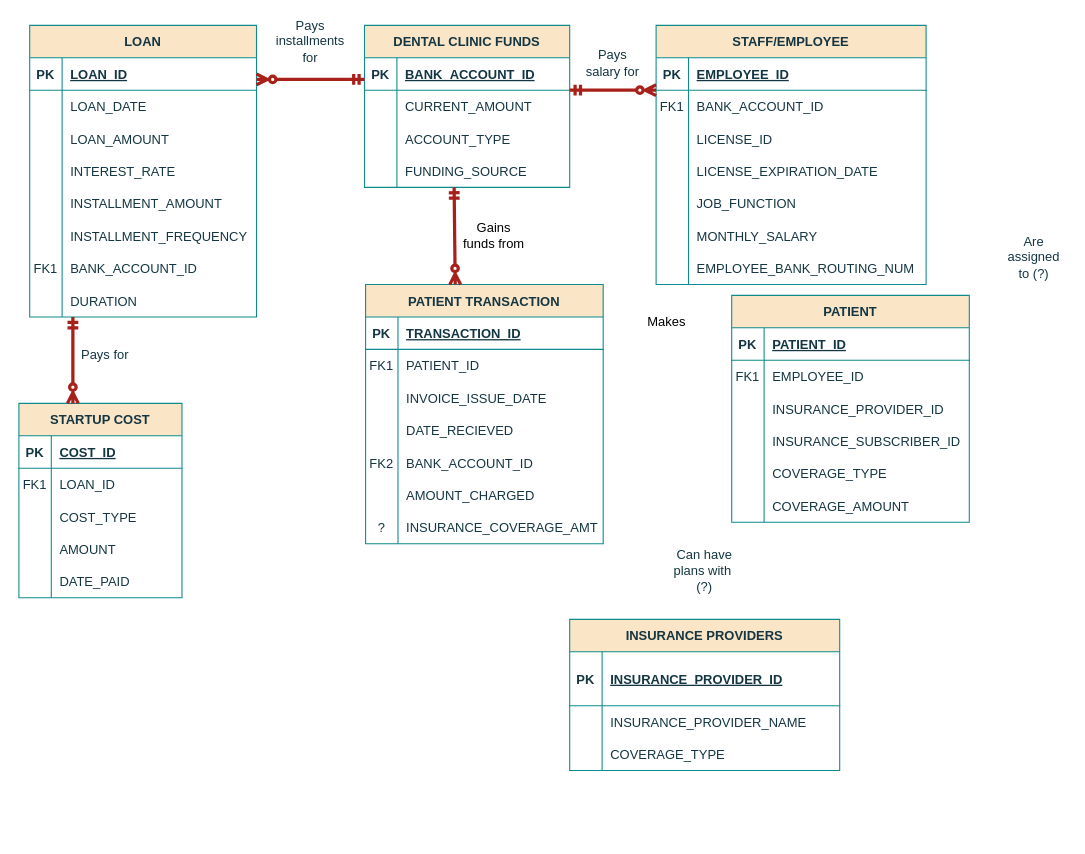
The draw.io diagram hw.drawio in donjuli990/HW1, before the edit. Source tidied: cells renumbered, new cells numbered last; positions are measured from the earlier drawing's top-left corner, leaving out a move shared by most shapes. Both pictures are drawn from the tidied source at 108%, with x=0, y=0 at pixel (18, 25).
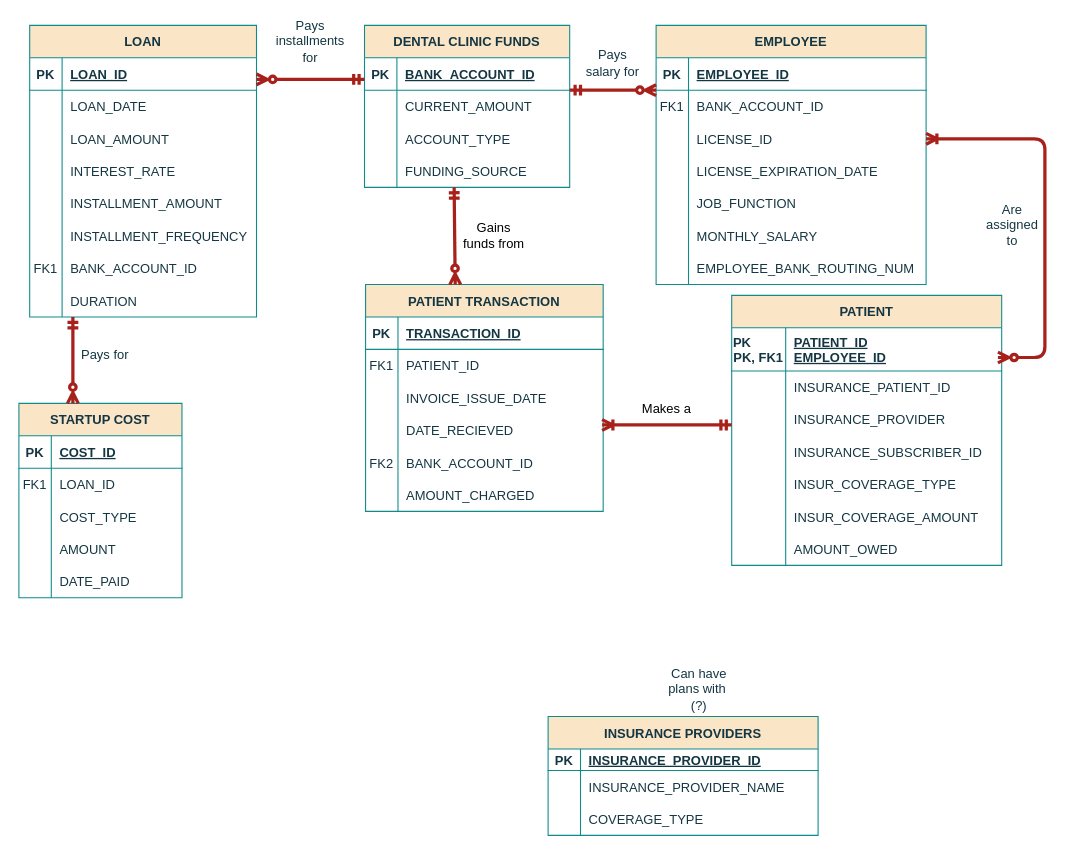
The same diagram, later.

Unchanged cells that the change refers to:
```xml
<mxCell id="9" style="shape=partialRectangle;fillColor=none;points=[[0,0.5],[1,0.5]];portConstraint=eastwest;top=0;left=0;right=0;bottom=0;labelBackgroundColor=none;strokeColor=#0F8B8D;fontColor=#143642;" parent="2" vertex="1">
  <mxGeometry y="90" width="250" height="30" as="geometry" />
</mxCell>
```

What changed in the source:
```diff
@@
-    <mxCell id="2" value="STAFF/EMPLOYEE" style="shape=table;startSize=30;childLayout=tableLayout;rowLines=0;fontStyle=1;align=center;labelBackgroundColor=none;fillColor=#FAE5C7;strokeColor=#0F8B8D;fontColor=#143642;" parent="1" vertex="1">
+    <mxCell id="2" value="EMPLOYEE" style="shape=table;startSize=30;childLayout=tableLayout;rowLines=0;fontStyle=1;align=center;labelBackgroundColor=none;fillColor=#FAE5C7;strokeColor=#0F8B8D;fontColor=#143642;" parent="1" vertex="1">
       <mxGeometry x="590" width="250" height="240" as="geometry" />
     </mxCell>
@@
     <mxCell id="24" value="PATIENT" style="shape=table;startSize=30;childLayout=tableLayout;rowLines=0;fontStyle=1;align=center;labelBackgroundColor=none;fillColor=#FAE5C7;strokeColor=#0F8B8D;fontColor=#143642;" parent="1" vertex="1">
-      <mxGeometry x="660" y="250" width="220" height="210" as="geometry" />
+      <mxGeometry x="660" y="250" width="250" height="250" as="geometry" />
     </mxCell>
     <mxCell id="25" style="shape=partialRectangle;fillColor=none;points=[[0,0.5],[1,0.5]];portConstraint=eastwest;top=0;left=0;right=0;bottom=1;labelBackgroundColor=none;strokeColor=#0F8B8D;fontColor=#143642;" parent="24" vertex="1">
-      <mxGeometry y="30" width="220" height="30" as="geometry" />
+      <mxGeometry y="30" width="250" height="40" as="geometry" />
     </mxCell>
-    <mxCell id="26" value="PK" style="shape=partialRectangle;overflow=hidden;fillColor=none;top=0;left=0;bottom=0;right=0;fontStyle=1;labelBackgroundColor=none;strokeColor=#0F8B8D;fontColor=#143642;" parent="25" vertex="1">
-      <mxGeometry width="30" height="30" as="geometry" />
+    <mxCell id="26" value="PK         &#10;PK, FK1" style="shape=partialRectangle;overflow=hidden;fillColor=none;top=0;left=0;bottom=0;right=0;fontStyle=1;labelBackgroundColor=none;strokeColor=#0F8B8D;fontColor=#143642;" parent="25" vertex="1">
+      <mxGeometry width="50" height="40" as="geometry" />
     </mxCell>
-    <mxCell id="27" value="PATIENT_ID" style="shape=partialRectangle;overflow=hidden;fillColor=none;top=0;left=0;bottom=0;right=0;align=left;spacingLeft=6;fontStyle=5;labelBackgroundColor=none;strokeColor=#0F8B8D;fontColor=#143642;" parent="25" vertex="1">
-      <mxGeometry x="30" width="190" height="30" as="geometry" />
+    <mxCell id="27" value="PATIENT_ID&#10;EMPLOYEE_ID" style="shape=partialRectangle;overflow=hidden;fillColor=none;top=0;left=0;bottom=0;right=0;align=left;spacingLeft=6;fontStyle=5;labelBackgroundColor=none;strokeColor=#0F8B8D;fontColor=#143642;" parent="25" vertex="1">
+      <mxGeometry x="50" width="200" height="40" as="geometry" />
     </mxCell>
-    <mxCell id="28" style="shape=partialRectangle;fillColor=none;top=0;left=0;right=0;bottom=0;labelBackgroundColor=none;strokeColor=#0F8B8D;fontColor=#143642;" parent="24" vertex="1">
-      <mxGeometry y="60" width="220" height="30" as="geometry" />
-    </mxCell>
-    <mxCell id="29" value="FK1" style="shape=partialRectangle;overflow=hidden;fillColor=none;top=0;left=0;bottom=0;right=0;labelBackgroundColor=none;strokeColor=#0F8B8D;fontColor=#143642;" parent="28" vertex="1">
-      <mxGeometry width="30" height="30" as="geometry" />
-    </mxCell>
-    <mxCell id="30" value="EMPLOYEE_ID" style="shape=partialRectangle;overflow=hidden;fillColor=none;top=0;left=0;bottom=0;right=0;align=left;spacingLeft=6;labelBackgroundColor=none;strokeColor=#0F8B8D;fontColor=#143642;" parent="28" vertex="1">
-      <mxGeometry x="30" width="190" height="30" as="geometry" />
-    </mxCell>
     <mxCell id="31" style="shape=partialRectangle;fillColor=none;top=0;left=0;right=0;bottom=0;labelBackgroundColor=none;strokeColor=#0F8B8D;fontColor=#143642;" parent="24" vertex="1">
-      <mxGeometry y="90" width="220" height="30" as="geometry" />
+      <mxGeometry y="70" width="250" height="30" as="geometry" />
     </mxCell>
     <mxCell id="32" style="shape=partialRectangle;overflow=hidden;fillColor=none;top=0;left=0;bottom=0;right=0;labelBackgroundColor=none;strokeColor=#0F8B8D;fontColor=#143642;" parent="31" vertex="1">
-      <mxGeometry width="30" height="30" as="geometry" />
+      <mxGeometry width="50" height="30" as="geometry" />
     </mxCell>
-    <mxCell id="33" value="INSURANCE_PROVIDER_ID" style="shape=partialRectangle;overflow=hidden;fillColor=none;top=0;left=0;bottom=0;right=0;align=left;spacingLeft=6;labelBackgroundColor=none;strokeColor=#0F8B8D;fontColor=#143642;" parent="31" vertex="1">
-      <mxGeometry x="30" width="190" height="30" as="geometry" />
+    <mxCell id="33" value="INSURANCE_PATIENT_ID" style="shape=partialRectangle;overflow=hidden;fillColor=none;top=0;left=0;bottom=0;right=0;align=left;spacingLeft=6;labelBackgroundColor=none;strokeColor=#0F8B8D;fontColor=#143642;" parent="31" vertex="1">
+      <mxGeometry x="50" width="200" height="30" as="geometry" />
     </mxCell>
+    <mxCell id="140" style="shape=partialRectangle;fillColor=none;top=0;left=0;right=0;bottom=0;labelBackgroundColor=none;strokeColor=#0F8B8D;fontColor=#143642;" parent="24" vertex="1">
+      <mxGeometry y="100" width="250" height="30" as="geometry" />
+    </mxCell>
+    <mxCell id="141" style="shape=partialRectangle;overflow=hidden;fillColor=none;top=0;left=0;bottom=0;right=0;labelBackgroundColor=none;strokeColor=#0F8B8D;fontColor=#143642;" parent="140" vertex="1">
+      <mxGeometry width="50" height="30" as="geometry" />
+    </mxCell>
+    <mxCell id="142" value="INSURANCE_PROVIDER" style="shape=partialRectangle;overflow=hidden;fillColor=none;top=0;left=0;bottom=0;right=0;align=left;spacingLeft=6;labelBackgroundColor=none;strokeColor=#0F8B8D;fontColor=#143642;" parent="140" vertex="1">
+      <mxGeometry x="50" width="200" height="30" as="geometry" />
+    </mxCell>
     <mxCell id="34" style="shape=partialRectangle;fillColor=none;top=0;left=0;right=0;bottom=0;labelBackgroundColor=none;strokeColor=#0F8B8D;fontColor=#143642;" parent="24" vertex="1">
-      <mxGeometry y="120" width="220" height="30" as="geometry" />
+      <mxGeometry y="130" width="250" height="30" as="geometry" />
     </mxCell>
     <mxCell id="35" style="shape=partialRectangle;overflow=hidden;fillColor=none;top=0;left=0;bottom=0;right=0;labelBackgroundColor=none;strokeColor=#0F8B8D;fontColor=#143642;" parent="34" vertex="1">
-      <mxGeometry width="30" height="30" as="geometry" />
+      <mxGeometry width="50" height="30" as="geometry" />
     </mxCell>
     <mxCell id="36" value="INSURANCE_SUBSCRIBER_ID" style="shape=partialRectangle;overflow=hidden;fillColor=none;top=0;left=0;bottom=0;right=0;align=left;spacingLeft=6;labelBackgroundColor=none;strokeColor=#0F8B8D;fontColor=#143642;" parent="34" vertex="1">
-      <mxGeometry x="30" width="190" height="30" as="geometry" />
+      <mxGeometry x="50" width="200" height="30" as="geometry" />
     </mxCell>
     <mxCell id="37" style="shape=partialRectangle;fillColor=none;top=0;left=0;right=0;bottom=0;labelBackgroundColor=none;strokeColor=#0F8B8D;fontColor=#143642;" parent="24" vertex="1">
-      <mxGeometry y="150" width="220" height="30" as="geometry" />
+      <mxGeometry y="160" width="250" height="30" as="geometry" />
     </mxCell>
     <mxCell id="38" style="shape=partialRectangle;overflow=hidden;fillColor=none;top=0;left=0;bottom=0;right=0;labelBackgroundColor=none;strokeColor=#0F8B8D;fontColor=#143642;" parent="37" vertex="1">
-      <mxGeometry width="30" height="30" as="geometry" />
+      <mxGeometry width="50" height="30" as="geometry" />
     </mxCell>
-    <mxCell id="39" value="COVERAGE_TYPE" style="shape=partialRectangle;overflow=hidden;fillColor=none;top=0;left=0;bottom=0;right=0;align=left;spacingLeft=6;labelBackgroundColor=none;strokeColor=#0F8B8D;fontColor=#143642;" parent="37" vertex="1">
-      <mxGeometry x="30" width="190" height="30" as="geometry" />
+    <mxCell id="39" value="INSUR_COVERAGE_TYPE" style="shape=partialRectangle;overflow=hidden;fillColor=none;top=0;left=0;bottom=0;right=0;align=left;spacingLeft=6;labelBackgroundColor=none;strokeColor=#0F8B8D;fontColor=#143642;" parent="37" vertex="1">
+      <mxGeometry x="50" width="200" height="30" as="geometry" />
     </mxCell>
     <mxCell id="40" style="shape=partialRectangle;fillColor=none;top=0;left=0;right=0;bottom=0;labelBackgroundColor=none;strokeColor=#0F8B8D;fontColor=#143642;" parent="24" vertex="1">
-      <mxGeometry y="180" width="220" height="30" as="geometry" />
+      <mxGeometry y="190" width="250" height="30" as="geometry" />
     </mxCell>
     <mxCell id="41" style="shape=partialRectangle;overflow=hidden;fillColor=none;top=0;left=0;bottom=0;right=0;labelBackgroundColor=none;strokeColor=#0F8B8D;fontColor=#143642;" parent="40" vertex="1">
-      <mxGeometry width="30" height="30" as="geometry" />
+      <mxGeometry width="50" height="30" as="geometry" />
     </mxCell>
-    <mxCell id="42" value="COVERAGE_AMOUNT" style="shape=partialRectangle;overflow=hidden;fillColor=none;top=0;left=0;bottom=0;right=0;align=left;spacingLeft=6;labelBackgroundColor=none;strokeColor=#0F8B8D;fontColor=#143642;" parent="40" vertex="1">
-      <mxGeometry x="30" width="190" height="30" as="geometry" />
+    <mxCell id="42" value="INSUR_COVERAGE_AMOUNT" style="shape=partialRectangle;overflow=hidden;fillColor=none;top=0;left=0;bottom=0;right=0;align=left;spacingLeft=6;labelBackgroundColor=none;strokeColor=#0F8B8D;fontColor=#143642;" parent="40" vertex="1">
+      <mxGeometry x="50" width="200" height="30" as="geometry" />
     </mxCell>
+    <mxCell id="143" style="shape=partialRectangle;fillColor=none;top=0;left=0;right=0;bottom=0;labelBackgroundColor=none;strokeColor=#0F8B8D;fontColor=#143642;" parent="24" vertex="1">
+      <mxGeometry y="220" width="250" height="30" as="geometry" />
+    </mxCell>
+    <mxCell id="144" style="shape=partialRectangle;overflow=hidden;fillColor=none;top=0;left=0;bottom=0;right=0;labelBackgroundColor=none;strokeColor=#0F8B8D;fontColor=#143642;" parent="143" vertex="1">
+      <mxGeometry width="50" height="30" as="geometry" />
+    </mxCell>
+    <mxCell id="145" value="AMOUNT_OWED" style="shape=partialRectangle;overflow=hidden;fillColor=none;top=0;left=0;bottom=0;right=0;align=left;spacingLeft=6;labelBackgroundColor=none;strokeColor=#0F8B8D;fontColor=#143642;" parent="143" vertex="1">
+      <mxGeometry x="50" width="200" height="30" as="geometry" />
+    </mxCell>
@@
-    <mxCell id="68" value="Are assigned to (?)" style="text;html=1;align=center;verticalAlign=middle;whiteSpace=wrap;rounded=0;fontColor=#143642;" parent="1" vertex="1">
-      <mxGeometry x="910" y="200" width="60" height="30" as="geometry" />
+    <mxCell id="68" value="Are assigned to" style="text;html=1;align=center;verticalAlign=middle;whiteSpace=wrap;rounded=0;fontColor=#143642;" parent="1" vertex="1">
+      <mxGeometry x="890" y="170" width="60" height="30" as="geometry" />
     </mxCell>
     <mxCell id="69" value="INSURANCE PROVIDERS" style="shape=table;startSize=30;childLayout=tableLayout;rowLines=0;fontStyle=1;align=center;labelBackgroundColor=none;fillColor=#FAE5C7;strokeColor=#0F8B8D;fontColor=#143642;" parent="1" vertex="1">
-      <mxGeometry x="510" y="550" width="250" height="140" as="geometry" />
+      <mxGeometry x="490" y="640" width="250" height="110" as="geometry" />
     </mxCell>
     <mxCell id="70" style="shape=partialRectangle;fillColor=none;top=0;left=0;right=0;bottom=1;labelBackgroundColor=none;strokeColor=#0F8B8D;fontColor=#143642;" parent="69" vertex="1">
-      <mxGeometry y="30" width="250" height="50" as="geometry" />
+      <mxGeometry y="30" width="250" height="20" as="geometry" />
     </mxCell>
     <mxCell id="71" value="PK" style="shape=partialRectangle;overflow=hidden;fillColor=none;top=0;left=0;bottom=0;right=0;fontStyle=1;labelBackgroundColor=none;strokeColor=#0F8B8D;fontColor=#143642;" parent="70" vertex="1">
-      <mxGeometry width="30" height="50" as="geometry" />
+      <mxGeometry width="30" height="20" as="geometry" />
     </mxCell>
     <mxCell id="72" value="INSURANCE_PROVIDER_ID" style="shape=partialRectangle;overflow=hidden;fillColor=none;top=0;left=0;bottom=0;right=0;align=left;spacingLeft=6;fontStyle=5;labelBackgroundColor=none;strokeColor=#0F8B8D;fontColor=#143642;" parent="70" vertex="1">
-      <mxGeometry x="30" width="220" height="50" as="geometry" />
+      <mxGeometry x="30" width="220" height="20" as="geometry" />
     </mxCell>
     <mxCell id="73" style="shape=partialRectangle;fillColor=none;top=0;left=0;right=0;bottom=0;labelBackgroundColor=none;strokeColor=#0F8B8D;fontColor=#143642;" parent="69" vertex="1">
-      <mxGeometry y="80" width="250" height="30" as="geometry" />
+      <mxGeometry y="50" width="250" height="30" as="geometry" />
     </mxCell>
@@
     <mxCell id="76" style="shape=partialRectangle;fillColor=none;top=0;left=0;right=0;bottom=0;labelBackgroundColor=none;strokeColor=#0F8B8D;fontColor=#143642;" parent="69" vertex="1">
-      <mxGeometry y="110" width="250" height="30" as="geometry" />
+      <mxGeometry y="80" width="250" height="30" as="geometry" />
     </mxCell>
@@
     <mxCell id="79" value="Can have plans with&amp;nbsp; (?)" style="text;html=1;align=center;verticalAlign=middle;whiteSpace=wrap;rounded=0;fontColor=#143642;" parent="1" vertex="1">
-      <mxGeometry x="605" y="490" width="60" height="30" as="geometry" />
+      <mxGeometry x="600" y="600" width="60" height="30" as="geometry" />
     </mxCell>
@@
     <mxCell id="114" value="PATIENT TRANSACTION" style="shape=table;startSize=30;childLayout=tableLayout;rowLines=0;fontStyle=1;align=center;labelBackgroundColor=none;fillColor=#FAE5C7;strokeColor=#0F8B8D;fontColor=#143642;" parent="1" vertex="1">
-      <mxGeometry x="321" y="240" width="220" height="240" as="geometry" />
+      <mxGeometry x="321" y="240" width="220" height="210" as="geometry" />
     </mxCell>
@@
-    <mxCell id="133" style="shape=partialRectangle;fillColor=none;top=0;left=0;right=0;bottom=0;labelBackgroundColor=none;strokeColor=#0F8B8D;fontColor=#143642;" parent="114" vertex="1">
-      <mxGeometry y="210" width="220" height="30" as="geometry" />
-    </mxCell>
-    <mxCell id="134" value="?" style="shape=partialRectangle;overflow=hidden;fillColor=none;top=0;left=0;bottom=0;right=0;labelBackgroundColor=none;strokeColor=#0F8B8D;fontColor=#143642;" parent="133" vertex="1">
-      <mxGeometry width="30" height="30" as="geometry" />
-    </mxCell>
-    <mxCell id="135" value="INSURANCE_COVERAGE_AMT" style="shape=partialRectangle;overflow=hidden;fillColor=none;top=0;left=0;bottom=0;right=0;align=left;spacingLeft=6;labelBackgroundColor=none;strokeColor=#0F8B8D;fontColor=#143642;" parent="133" vertex="1">
-      <mxGeometry x="30" width="190" height="30" as="geometry" />
-    </mxCell>
@@
-    <mxCell id="139" value="Makes" style="text;html=1;align=center;verticalAlign=middle;whiteSpace=wrap;rounded=0;" parent="1" vertex="1">
-      <mxGeometry x="570" y="260" width="60" height="30" as="geometry" />
+    <mxCell id="139" value="Makes a" style="text;html=1;align=center;verticalAlign=middle;whiteSpace=wrap;rounded=0;" parent="1" vertex="1">
+      <mxGeometry x="570" y="340" width="60" height="30" as="geometry" />
     </mxCell>
+    <mxCell id="146" style="endArrow=ERoneToMany;startArrow=ERzeroToMany;endFill=0;startFill=0;labelBackgroundColor=none;strokeColor=#A8201A;fontColor=default;strokeWidth=3;edgeStyle=elbowEdgeStyle;entryX=1;entryY=0.5;entryDx=0;entryDy=0;exitX=0.986;exitY=0.688;exitDx=0;exitDy=0;exitPerimeter=0;" parent="1" edge="1" source="25" target="9">
+      <mxGeometry relative="1" as="geometry">
+        <Array as="points">
+          <mxPoint x="950" y="120" />
+          <mxPoint x="930" y="210" />
+        </Array>
+      </mxGeometry>
+    </mxCell>
+    <mxCell id="147" style="endArrow=ERoneToMany;startArrow=ERmandOne;endFill=0;startFill=0;labelBackgroundColor=none;strokeColor=#A8201A;fontColor=default;strokeWidth=3;" parent="1" edge="1">
+      <mxGeometry relative="1" as="geometry">
+        <mxPoint x="660" y="370" as="sourcePoint" />
+        <mxPoint x="540" y="370" as="targetPoint" />
+      </mxGeometry>
+    </mxCell>
```
